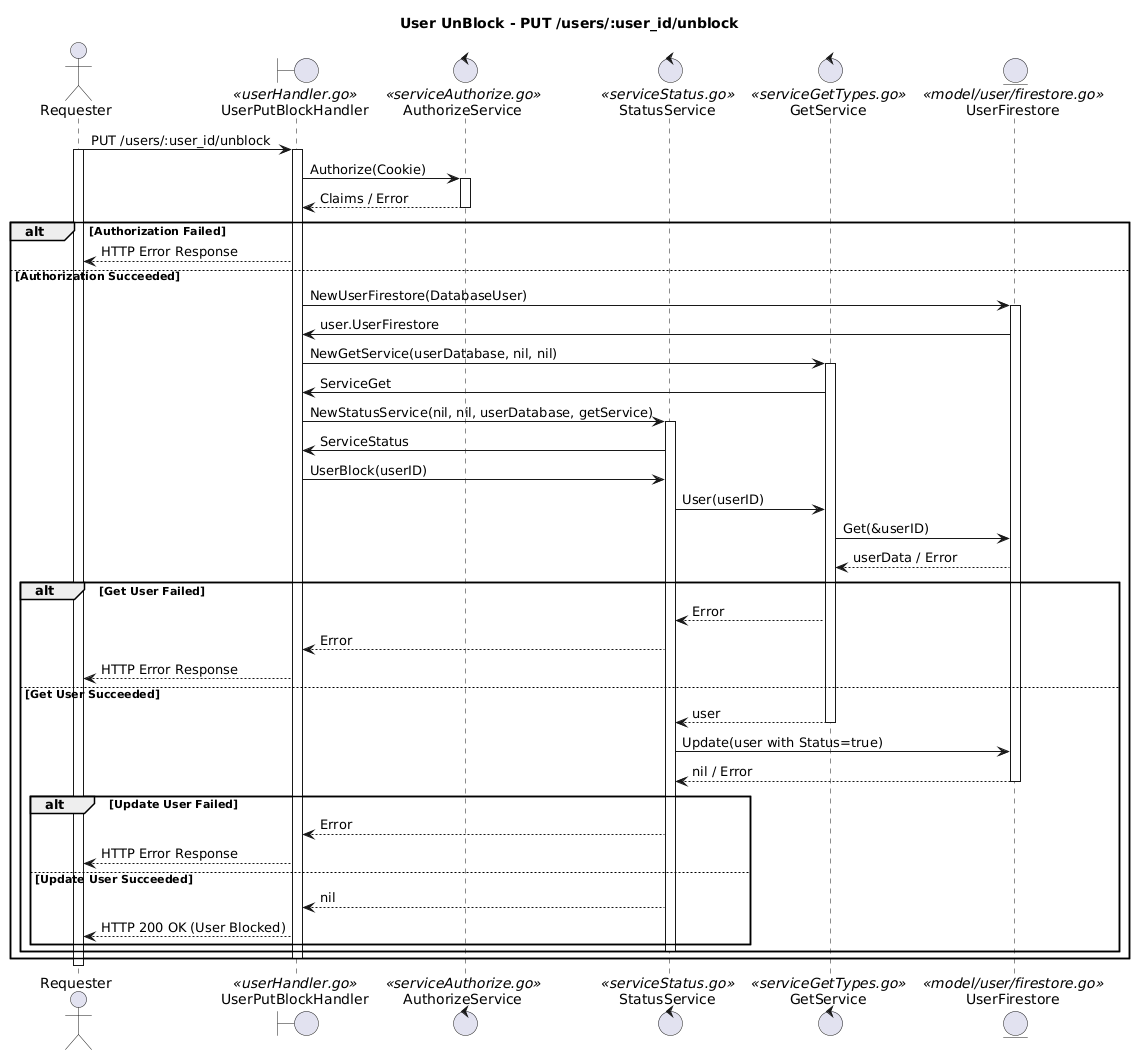
Above: docs/Un(Block)/SequenciaUserUnblock.png in JulioKobayashiEbury/BankingAPI (PlantUML), before the change.
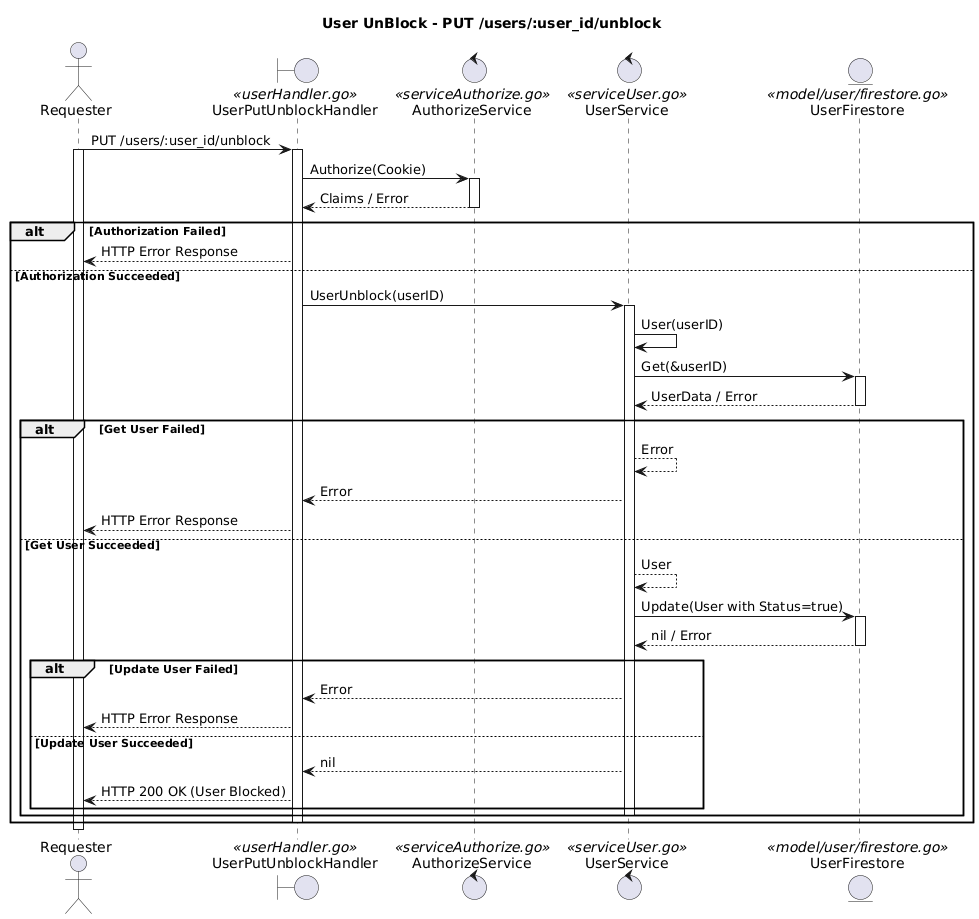
After the change.

The edit, as a diff of the source:
```diff
@@ -2,55 +2,48 @@
 title User UnBlock - PUT /users/:user_id/unblock
 
 actor Requester
-boundary UserPutBlockHandler <<userHandler.go>>
+boundary UserPutUnblockHandler <<userHandler.go>>
 control AuthorizeService <<serviceAuthorize.go>>
-control StatusService <<serviceStatus.go>>
-control GetService <<serviceGetTypes.go>>
+control UserService <<serviceUser.go>>
 entity UserFirestore <<model/user/firestore.go>>
 
-Requester -> UserPutBlockHandler : PUT /users/:user_id/unblock
+Requester -> UserPutUnblockHandler : PUT /users/:user_id/unblock
 activate Requester
-activate UserPutBlockHandler
-UserPutBlockHandler -> AuthorizeService : Authorize(Cookie)
+activate UserPutUnblockHandler
+UserPutUnblockHandler -> AuthorizeService : Authorize(Cookie)
 activate AuthorizeService
-AuthorizeService --> UserPutBlockHandler : Claims / Error
+AuthorizeService --> UserPutUnblockHandler : Claims / Error
 deactivate AuthorizeService
 alt Authorization Failed
-    UserPutBlockHandler --> Requester : HTTP Error Response
+    UserPutUnblockHandler --> Requester : HTTP Error Response
 else Authorization Succeeded
-    UserPutBlockHandler -> UserFirestore : NewUserFirestore(DatabaseUser)
+    UserPutUnblockHandler -> UserService : UserUnblock(userID)
+    activate UserService
+    UserService -> UserService : User(userID)
+    UserService -> UserFirestore : Get(&userID)
     activate UserFirestore
-    UserFirestore -> UserPutBlockHandler : user.UserFirestore
-    UserPutBlockHandler -> GetService : NewGetService(userDatabase, nil, nil)
-    activate GetService
-    GetService -> UserPutBlockHandler : ServiceGet
-    UserPutBlockHandler -> StatusService : NewStatusService(nil, nil, userDatabase, getService)
-    activate StatusService
-    StatusService -> UserPutBlockHandler : ServiceStatus
-    UserPutBlockHandler -> StatusService : UserBlock(userID)
-    StatusService -> GetService : User(userID)
-    GetService -> UserFirestore : Get(&userID)
-    UserFirestore --> GetService : userData / Error
+    UserFirestore --> UserService : UserData / Error
+    deactivate UserFirestore
     alt Get User Failed
-        GetService --> StatusService : Error
-        StatusService --> UserPutBlockHandler : Error
-        UserPutBlockHandler --> Requester : HTTP Error Response
+        UserService --> UserService : Error
+        UserService --> UserPutUnblockHandler : Error
+        UserPutUnblockHandler --> Requester : HTTP Error Response
     else Get User Succeeded
-        GetService --> StatusService : user
-        deactivate GetService
-        StatusService -> UserFirestore : Update(user with Status=true)
-        UserFirestore --> StatusService : nil / Error
+        UserService --> UserService : User
+        UserService -> UserFirestore : Update(User with Status=true)
+        activate UserFirestore
+        UserFirestore --> UserService : nil / Error
         deactivate UserFirestore
         alt Update User Failed
-            StatusService --> UserPutBlockHandler : Error
-            UserPutBlockHandler --> Requester : HTTP Error Response
+            UserService --> UserPutUnblockHandler : Error
+            UserPutUnblockHandler --> Requester : HTTP Error Response
         else Update User Succeeded
-            StatusService --> UserPutBlockHandler : nil
-            UserPutBlockHandler --> Requester : HTTP 200 OK (User Blocked)
+            UserService --> UserPutUnblockHandler : nil
+            UserPutUnblockHandler --> Requester : HTTP 200 OK (User Blocked)
         end
-        deactivate StatusService
+        deactivate UserService
     end
-    deactivate UserPutBlockHandler
+    deactivate UserPutUnblockHandler
 end
 deactivate Requester
 @enduml
```
